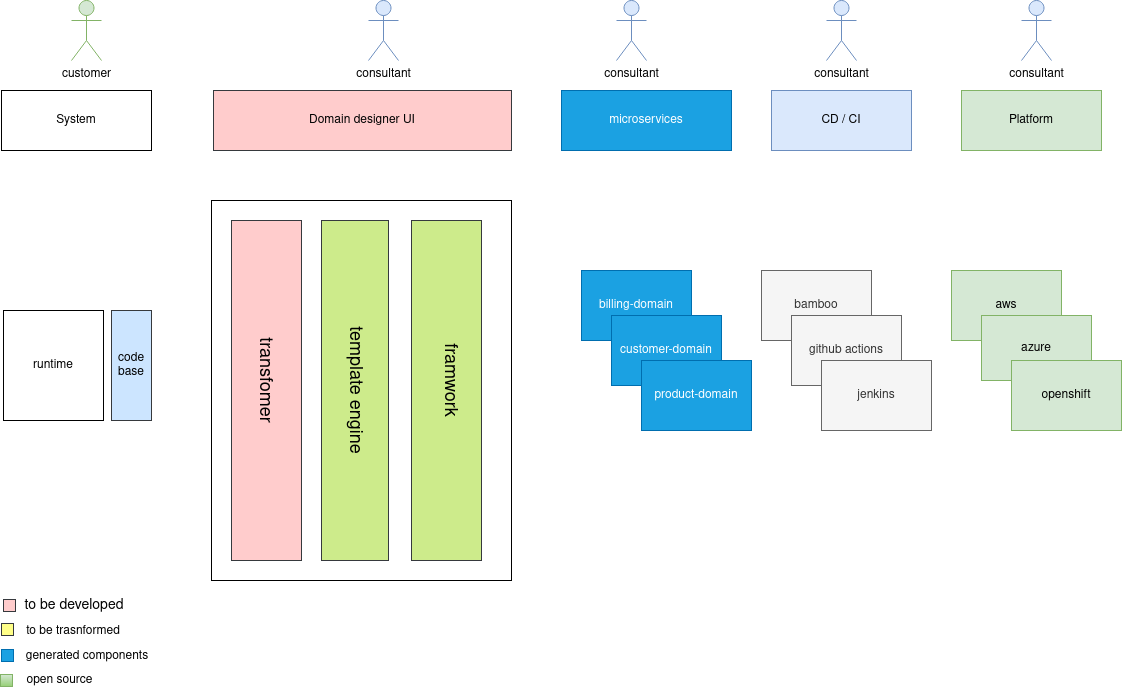
This is src/main/resources/static/images/system-generation-overview.drawio.png from gunnarro/gunnarro-web, a draw.io export, as it was before one commit. Source tidied: cells renumbered, new cells last; positions are measured from the earlier drawing's top-left corner, leaving out a move shared by most shapes.
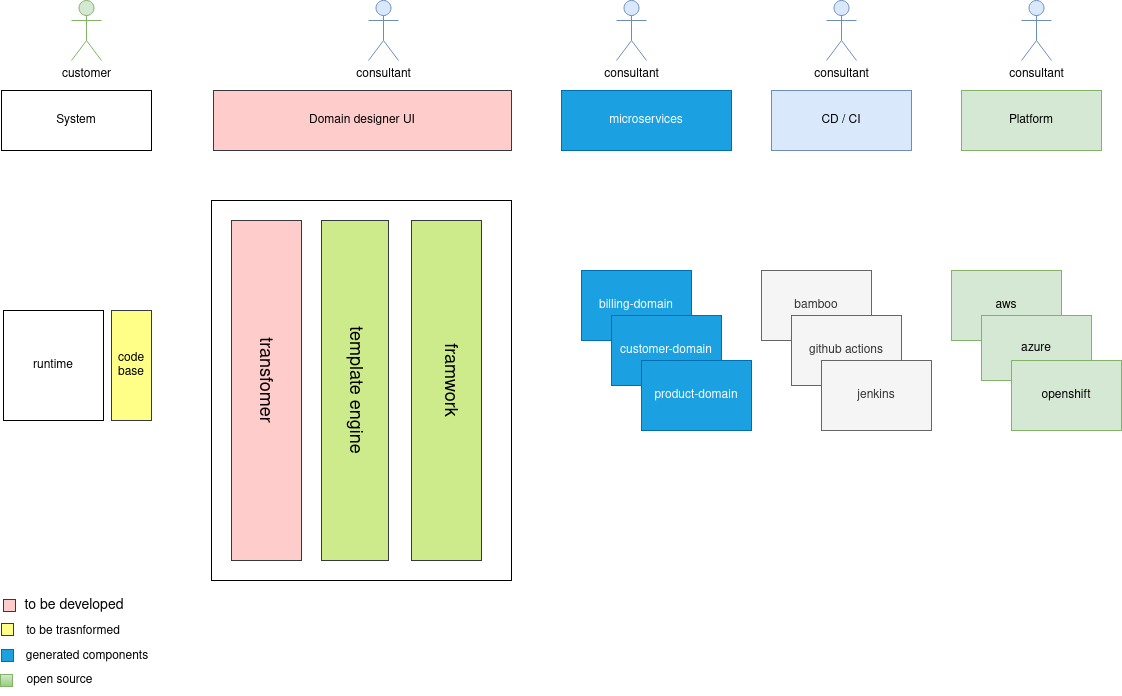
Later version of the same file.

The edit, as a diff of the source:
```diff
@@ -17,7 +17,7 @@
     <mxCell id="6" value="Domain designer UI" style="rounded=0;whiteSpace=wrap;html=1;fillColor=#ffcccc;strokeColor=#36393d;" parent="1" vertex="1">
       <mxGeometry x="213" y="90" width="298" height="60" as="geometry" />
     </mxCell>
-    <mxCell id="7" value="code base" style="rounded=0;whiteSpace=wrap;html=1;fillColor=#cce5ff;strokeColor=#36393d;" parent="1" vertex="1">
+    <mxCell id="7" value="code base" style="rounded=0;whiteSpace=wrap;html=1;fillColor=#ffff88;strokeColor=#36393d;" parent="1" vertex="1">
       <mxGeometry x="111" y="310" width="40" height="110" as="geometry" />
     </mxCell>
     <mxCell id="8" value="microservices" style="rounded=0;whiteSpace=wrap;html=1;fillColor=#1ba1e2;strokeColor=#006EAF;fontColor=#ffffff;" parent="1" vertex="1">
```
